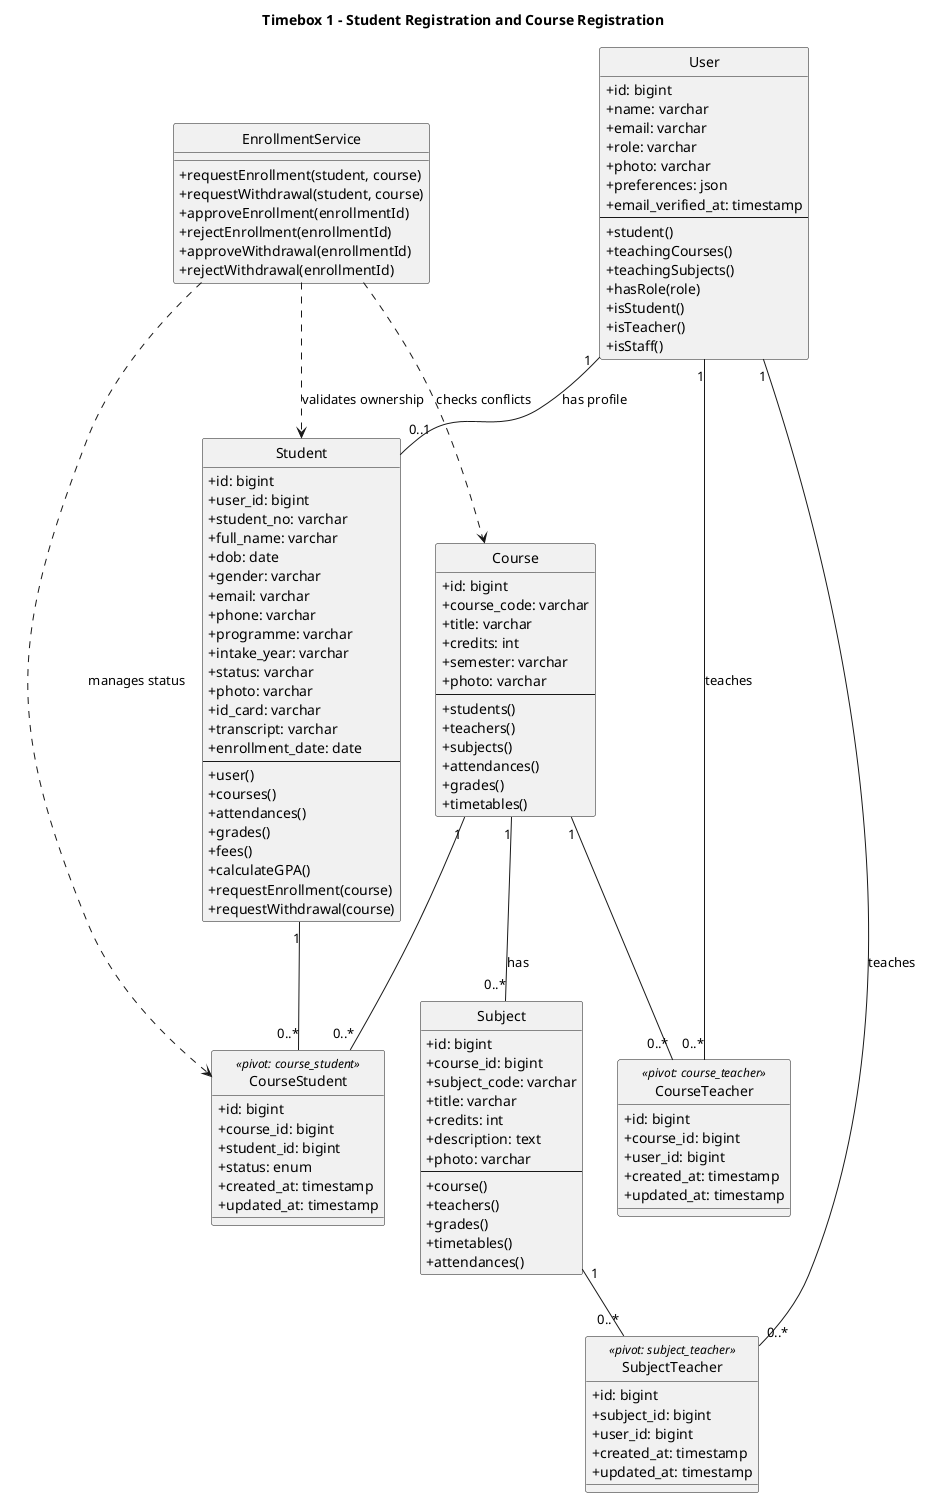
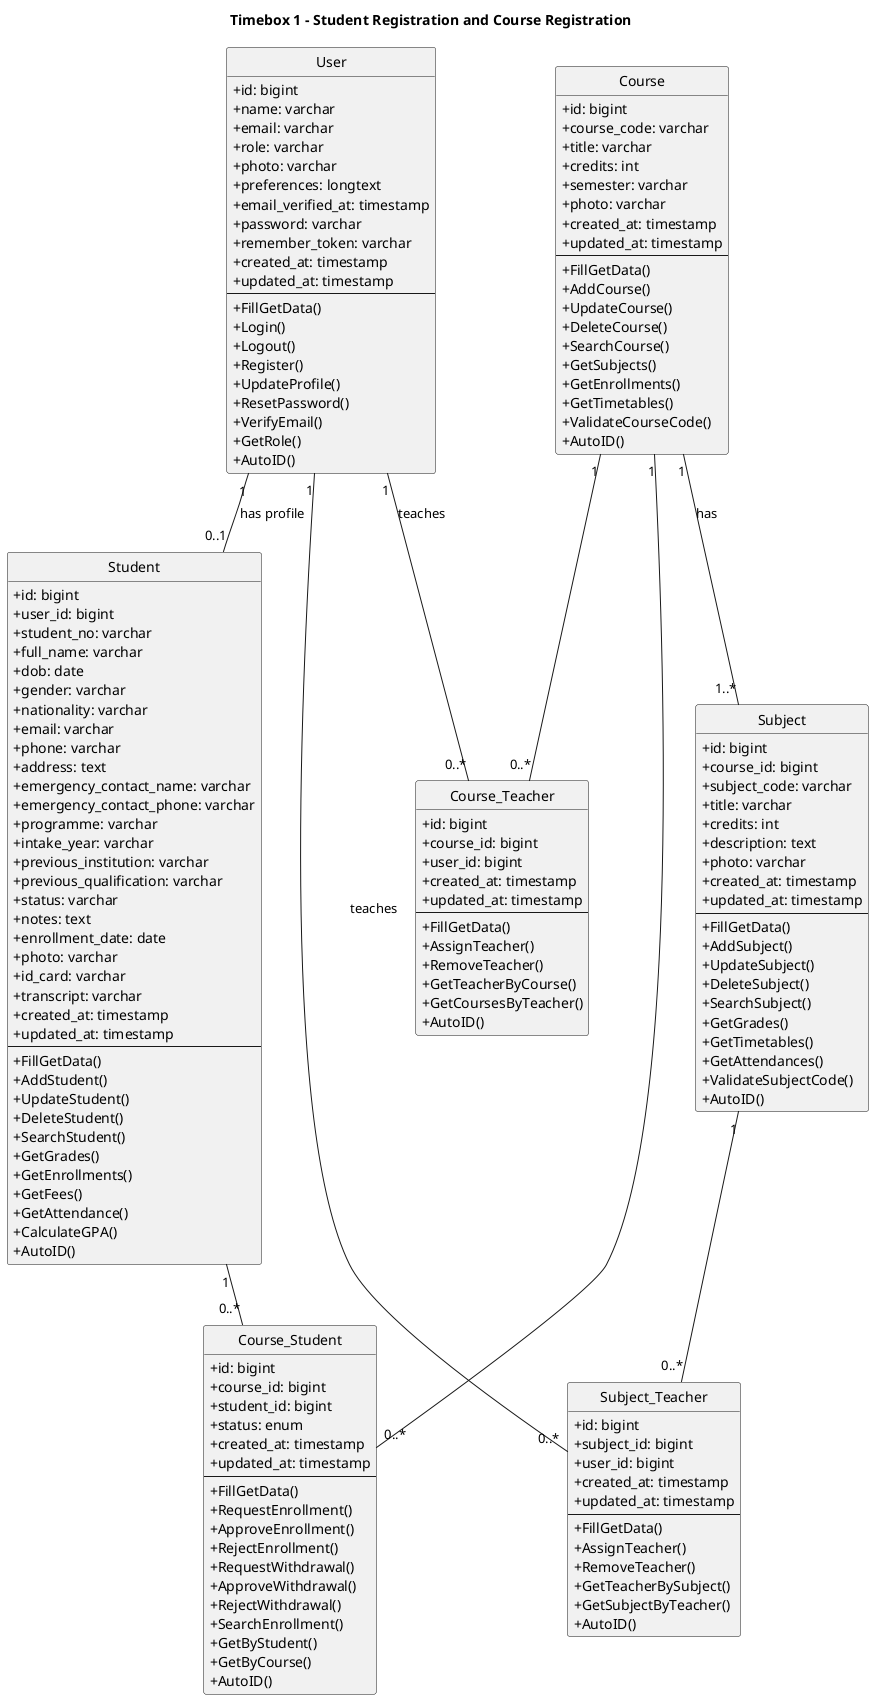
@startuml Timebox1_Class
hide circle
skinparam classAttributeIconSize 0
title Timebox 1 - Student Registration and Course Registration

class User {
  +id: bigint
  +name: varchar
  +email: varchar
  +role: varchar
  +photo: varchar
-   +preferences: json
+   +preferences: longtext
  +email_verified_at: timestamp
+   +password: varchar
+   +remember_token: varchar
+   +created_at: timestamp
+   +updated_at: timestamp
  --
-   +student()
-   +teachingCourses()
-   +teachingSubjects()
-   +hasRole(role)
-   +isStudent()
-   +isTeacher()
-   +isStaff()
+   +FillGetData()
+   +Login()
+   +Logout()
+   +Register()
+   +UpdateProfile()
+   +ResetPassword()
+   +VerifyEmail()
+   +GetRole()
+   +AutoID()
}

class Student {
  +id: bigint
  +user_id: bigint
  +student_no: varchar
  +full_name: varchar
  +dob: date
  +gender: varchar
+   +nationality: varchar
  +email: varchar
  +phone: varchar
+   +address: text
+   +emergency_contact_name: varchar
+   +emergency_contact_phone: varchar
  +programme: varchar
  +intake_year: varchar
+   +previous_institution: varchar
+   +previous_qualification: varchar
  +status: varchar
+   +notes: text
+   +enrollment_date: date
  +photo: varchar
  +id_card: varchar
  +transcript: varchar
-   +enrollment_date: date
+   +created_at: timestamp
+   +updated_at: timestamp
  --
-   +user()
-   +courses()
-   +attendances()
-   +grades()
-   +fees()
-   +calculateGPA()
-   +requestEnrollment(course)
-   +requestWithdrawal(course)
+   +FillGetData()
+   +AddStudent()
+   +UpdateStudent()
+   +DeleteStudent()
+   +SearchStudent()
+   +GetGrades()
+   +GetEnrollments()
+   +GetFees()
+   +GetAttendance()
+   +CalculateGPA()
+   +AutoID()
}

class Course {
  +id: bigint
  +course_code: varchar
  +title: varchar
  +credits: int
  +semester: varchar
  +photo: varchar
+   +created_at: timestamp
+   +updated_at: timestamp
  --
-   +students()
-   +teachers()
-   +subjects()
-   +attendances()
-   +grades()
-   +timetables()
+   +FillGetData()
+   +AddCourse()
+   +UpdateCourse()
+   +DeleteCourse()
+   +SearchCourse()
+   +GetSubjects()
+   +GetEnrollments()
+   +GetTimetables()
+   +ValidateCourseCode()
+   +AutoID()
}

class Subject {
  +id: bigint
  +course_id: bigint
  +subject_code: varchar
  +title: varchar
  +credits: int
  +description: text
  +photo: varchar
+   +created_at: timestamp
+   +updated_at: timestamp
  --
-   +course()
-   +teachers()
-   +grades()
-   +timetables()
-   +attendances()
+   +FillGetData()
+   +AddSubject()
+   +UpdateSubject()
+   +DeleteSubject()
+   +SearchSubject()
+   +GetGrades()
+   +GetTimetables()
+   +GetAttendances()
+   +ValidateSubjectCode()
+   +AutoID()
}

- class CourseStudent <<pivot: course_student>> {
+ class Course_Teacher {
+   +id: bigint
+   +course_id: bigint
+   +user_id: bigint
+   +created_at: timestamp
+   +updated_at: timestamp
+   --
+   +FillGetData()
+   +AssignTeacher()
+   +RemoveTeacher()
+   +GetTeacherByCourse()
+   +GetCoursesByTeacher()
+   +AutoID()
+ }
+ 
+ class Subject_Teacher {
+   +id: bigint
+   +subject_id: bigint
+   +user_id: bigint
+   +created_at: timestamp
+   +updated_at: timestamp
+   --
+   +FillGetData()
+   +AssignTeacher()
+   +RemoveTeacher()
+   +GetTeacherBySubject()
+   +GetSubjectByTeacher()
+   +AutoID()
+ }
+ 
+ class Course_Student {
  +id: bigint
  +course_id: bigint
  +student_id: bigint
  +status: enum
  +created_at: timestamp
  +updated_at: timestamp
- }
- 
- class CourseTeacher <<pivot: course_teacher>> {
-   +id: bigint
-   +course_id: bigint
-   +user_id: bigint
-   +created_at: timestamp
-   +updated_at: timestamp
- }
- 
- class SubjectTeacher <<pivot: subject_teacher>> {
-   +id: bigint
-   +subject_id: bigint
-   +user_id: bigint
-   +created_at: timestamp
-   +updated_at: timestamp
- }
- 
- class EnrollmentService {
-   +requestEnrollment(student, course)
-   +requestWithdrawal(student, course)
-   +approveEnrollment(enrollmentId)
-   +rejectEnrollment(enrollmentId)
-   +approveWithdrawal(enrollmentId)
-   +rejectWithdrawal(enrollmentId)
+   --
+   +FillGetData()
+   +RequestEnrollment()
+   +ApproveEnrollment()
+   +RejectEnrollment()
+   +RequestWithdrawal()
+   +ApproveWithdrawal()
+   +RejectWithdrawal()
+   +SearchEnrollment()
+   +GetByStudent()
+   +GetByCourse()
+   +AutoID()
}

User "1" -- "0..1" Student : has profile
- Course "1" -- "0..*" Subject : has
- Course "1" -- "0..*" CourseStudent
- Student "1" -- "0..*" CourseStudent
- Course "1" -- "0..*" CourseTeacher
- User "1" -- "0..*" CourseTeacher : teaches
- Subject "1" -- "0..*" SubjectTeacher
- User "1" -- "0..*" SubjectTeacher : teaches
- 
- EnrollmentService ..> CourseStudent : manages status
- EnrollmentService ..> Course : checks conflicts
- EnrollmentService ..> Student : validates ownership
+ Course "1" -- "1..*" Subject : has
+ Course "1" -- "0..*" Course_Teacher
+ User "1" -- "0..*" Course_Teacher : teaches
+ Subject "1" -- "0..*" Subject_Teacher
+ User "1" -- "0..*" Subject_Teacher : teaches
+ Course "1" -- "0..*" Course_Student
+ Student "1" -- "0..*" Course_Student

@enduml
